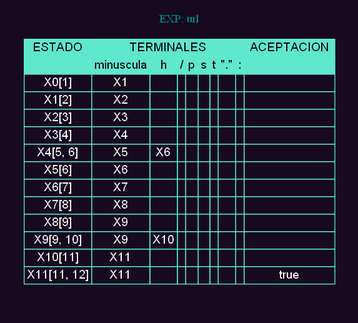
Above: ExRegan1/REPORTES/TRANSICIONES_202100953/Tabla_transiciones_url.png in Damaris-Muralles/OLC_ExRegan (Graphviz), before the change. Its source is kept beside it as ExRegan1/REPORTES/TRANSICIONES_202100953/Tabla_transiciones_url.dot.
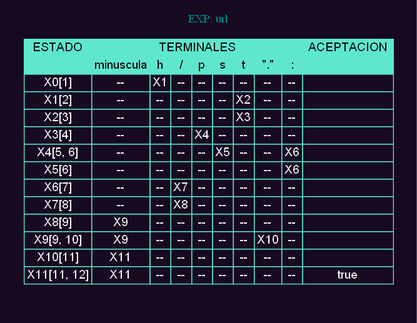
The same file after the commit.

What changed in the source:
```diff
@@ -29,135 +29,135 @@
                     </tr>
 <tr>
                     <td><font color="white" align="center">X0[1]</font></td>
+                    <td align="center"><font color="white"> -- </font></td>
                     <td align="center"><font color="white">X1</font></td>
-                    <td align="center"><font color="white"> </font></td>
-                    <td align="center"><font color="white"> </font></td>
-                    <td align="center"><font color="white"> </font></td>
-                    <td align="center"><font color="white"> </font></td>
-                    <td align="center"><font color="white"> </font></td>
-                    <td align="center"><font color="white"> </font></td>
-                    <td align="center"><font color="white"> </font></td>
+                    <td align="center"><font color="white"> -- </font></td>
+                    <td align="center"><font color="white"> -- </font></td>
+                    <td align="center"><font color="white"> -- </font></td>
+                    <td align="center"><font color="white"> -- </font></td>
+                    <td align="center"><font color="white"> -- </font></td>
+                    <td align="center"><font color="white"> -- </font></td>
                     <td ><font color="white" align="center"> </font></td>
                     </tr><tr>
                     <td><font color="white" align="center">X1[2]</font></td>
+                    <td align="center"><font color="white"> -- </font></td>
+                    <td align="center"><font color="white"> -- </font></td>
+                    <td align="center"><font color="white"> -- </font></td>
+                    <td align="center"><font color="white"> -- </font></td>
+                    <td align="center"><font color="white"> -- </font></td>
                     <td align="center"><font color="white">X2</font></td>
-                    <td align="center"><font color="white"> </font></td>
-                    <td align="center"><font color="white"> </font></td>
-                    <td align="center"><font color="white"> </font></td>
-                    <td align="center"><font color="white"> </font></td>
-                    <td align="center"><font color="white"> </font></td>
-                    <td align="center"><font color="white"> </font></td>
-                    <td align="center"><font color="white"> </font></td>
+                    <td align="center"><font color="white"> -- </font></td>
+                    <td align="center"><font color="white"> -- </font></td>
                     <td ><font color="white" align="center"> </font></td>
                     </tr><tr>
                     <td><font color="white" align="center">X2[3]</font></td>
+                    <td align="center"><font color="white"> -- </font></td>
+                    <td align="center"><font color="white"> -- </font></td>
+                    <td align="center"><font color="white"> -- </font></td>
+                    <td align="center"><font color="white"> -- </font></td>
+                    <td align="center"><font color="white"> -- </font></td>
                     <td align="center"><font color="white">X3</font></td>
-                    <td align="center"><font color="white"> </font></td>
-                    <td align="center"><font color="white"> </font></td>
-                    <td align="center"><font color="white"> </font></td>
-                    <td align="center"><font color="white"> </font></td>
-                    <td align="center"><font color="white"> </font></td>
-                    <td align="center"><font color="white"> </font></td>
-                    <td align="center"><font color="white"> </font></td>
+                    <td align="center"><font color="white"> -- </font></td>
+                    <td align="center"><font color="white"> -- </font></td>
                     <td ><font color="white" align="center"> </font></td>
                     </tr><tr>
                     <td><font color="white" align="center">X3[4]</font></td>
+                    <td align="center"><font color="white"> -- </font></td>
+                    <td align="center"><font color="white"> -- </font></td>
+                    <td align="center"><font color="white"> -- </font></td>
                     <td align="center"><font color="white">X4</font></td>
-                    <td align="center"><font color="white"> </font></td>
-                    <td align="center"><font color="white"> </font></td>
-                    <td align="center"><font color="white"> </font></td>
-                    <td align="center"><font color="white"> </font></td>
-                    <td align="center"><font color="white"> </font></td>
-                    <td align="center"><font color="white"> </font></td>
-                    <td align="center"><font color="white"> </font></td>
+                    <td align="center"><font color="white"> -- </font></td>
+                    <td align="center"><font color="white"> -- </font></td>
+                    <td align="center"><font color="white"> -- </font></td>
+                    <td align="center"><font color="white"> -- </font></td>
                     <td ><font color="white" align="center"> </font></td>
                     </tr><tr>
                     <td><font color="white" align="center">X4[5, 6]</font></td>
+                    <td align="center"><font color="white"> -- </font></td>
+                    <td align="center"><font color="white"> -- </font></td>
+                    <td align="center"><font color="white"> -- </font></td>
+                    <td align="center"><font color="white"> -- </font></td>
                     <td align="center"><font color="white">X5</font></td>
+                    <td align="center"><font color="white"> -- </font></td>
+                    <td align="center"><font color="white"> -- </font></td>
                     <td align="center"><font color="white">X6</font></td>
-                    <td align="center"><font color="white"> </font></td>
-                    <td align="center"><font color="white"> </font></td>
-                    <td align="center"><font color="white"> </font></td>
-                    <td align="center"><font color="white"> </font></td>
-                    <td align="center"><font color="white"> </font></td>
-                    <td align="center"><font color="white"> </font></td>
                     <td ><font color="white" align="center"> </font></td>
                     </tr><tr>
                     <td><font color="white" align="center">X5[6]</font></td>
+                    <td align="center"><font color="white"> -- </font></td>
+                    <td align="center"><font color="white"> -- </font></td>
+                    <td align="center"><font color="white"> -- </font></td>
+                    <td align="center"><font color="white"> -- </font></td>
+                    <td align="center"><font color="white"> -- </font></td>
+                    <td align="center"><font color="white"> -- </font></td>
+                    <td align="center"><font color="white"> -- </font></td>
                     <td align="center"><font color="white">X6</font></td>
-                    <td align="center"><font color="white"> </font></td>
-                    <td align="center"><font color="white"> </font></td>
-                    <td align="center"><font color="white"> </font></td>
-                    <td align="center"><font color="white"> </font></td>
-                    <td align="center"><font color="white"> </font></td>
-                    <td align="center"><font color="white"> </font></td>
-                    <td align="center"><font color="white"> </font></td>
                     <td ><font color="white" align="center"> </font></td>
                     </tr><tr>
                     <td><font color="white" align="center">X6[7]</font></td>
+                    <td align="center"><font color="white"> -- </font></td>
+                    <td align="center"><font color="white"> -- </font></td>
                     <td align="center"><font color="white">X7</font></td>
-                    <td align="center"><font color="white"> </font></td>
-                    <td align="center"><font color="white"> </font></td>
-                    <td align="center"><font color="white"> </font></td>
-                    <td align="center"><font color="white"> </font></td>
-                    <td align="center"><font color="white"> </font></td>
-                    <td align="center"><font color="white"> </font></td>
-                    <td align="center"><font color="white"> </font></td>
+                    <td align="center"><font color="white"> -- </font></td>
+                    <td align="center"><font color="white"> -- </font></td>
+                    <td align="center"><font color="white"> -- </font></td>
+                    <td align="center"><font color="white"> -- </font></td>
+                    <td align="center"><font color="white"> -- </font></td>
                     <td ><font color="white" align="center"> </font></td>
                     </tr><tr>
                     <td><font color="white" align="center">X7[8]</font></td>
+                    <td align="center"><font color="white"> -- </font></td>
+                    <td align="center"><font color="white"> -- </font></td>
                     <td align="center"><font color="white">X8</font></td>
-                    <td align="center"><font color="white"> </font></td>
-                    <td align="center"><font color="white"> </font></td>
-                    <td align="center"><font color="white"> </font></td>
-                    <td align="center"><font color="white"> </font></td>
-                    <td align="center"><font color="white"> </font></td>
-                    <td align="center"><font color="white"> </font></td>
-                    <td align="center"><font color="white"> </font></td>
+                    <td align="center"><font color="white"> -- </font></td>
+                    <td align="center"><font color="white"> -- </font></td>
+                    <td align="center"><font color="white"> -- </font></td>
+                    <td align="center"><font color="white"> -- </font></td>
+                    <td align="center"><font color="white"> -- </font></td>
                     <td ><font color="white" align="center"> </font></td>
                     </tr><tr>
                     <td><font color="white" align="center">X8[9]</font></td>
                     <td align="center"><font color="white">X9</font></td>
-                    <td align="center"><font color="white"> </font></td>
-                    <td align="center"><font color="white"> </font></td>
-                    <td align="center"><font color="white"> </font></td>
-                    <td align="center"><font color="white"> </font></td>
-                    <td align="center"><font color="white"> </font></td>
-                    <td align="center"><font color="white"> </font></td>
-                    <td align="center"><font color="white"> </font></td>
+                    <td align="center"><font color="white"> -- </font></td>
+                    <td align="center"><font color="white"> -- </font></td>
+                    <td align="center"><font color="white"> -- </font></td>
+                    <td align="center"><font color="white"> -- </font></td>
+                    <td align="center"><font color="white"> -- </font></td>
+                    <td align="center"><font color="white"> -- </font></td>
+                    <td align="center"><font color="white"> -- </font></td>
                     <td ><font color="white" align="center"> </font></td>
                     </tr><tr>
                     <td><font color="white" align="center">X9[9, 10]</font></td>
                     <td align="center"><font color="white">X9</font></td>
+                    <td align="center"><font color="white"> -- </font></td>
+                    <td align="center"><font color="white"> -- </font></td>
+                    <td align="center"><font color="white"> -- </font></td>
+                    <td align="center"><font color="white"> -- </font></td>
+                    <td align="center"><font color="white"> -- </font></td>
                     <td align="center"><font color="white">X10</font></td>
-                    <td align="center"><font color="white"> </font></td>
-                    <td align="center"><font color="white"> </font></td>
-                    <td align="center"><font color="white"> </font></td>
-                    <td align="center"><font color="white"> </font></td>
-                    <td align="center"><font color="white"> </font></td>
-                    <td align="center"><font color="white"> </font></td>
+                    <td align="center"><font color="white"> -- </font></td>
                     <td ><font color="white" align="center"> </font></td>
                     </tr><tr>
                     <td><font color="white" align="center">X10[11]</font></td>
                     <td align="center"><font color="white">X11</font></td>
-                    <td align="center"><font color="white"> </font></td>
-                    <td align="center"><font color="white"> </font></td>
-                    <td align="center"><font color="white"> </font></td>
-                    <td align="center"><font color="white"> </font></td>
-                    <td align="center"><font color="white"> </font></td>
-                    <td align="center"><font color="white"> </font></td>
-                    <td align="center"><font color="white"> </font></td>
+                    <td align="center"><font color="white"> -- </font></td>
+                    <td align="center"><font color="white"> -- </font></td>
+                    <td align="center"><font color="white"> -- </font></td>
+                    <td align="center"><font color="white"> -- </font></td>
+                    <td align="center"><font color="white"> -- </font></td>
+                    <td align="center"><font color="white"> -- </font></td>
+                    <td align="center"><font color="white"> -- </font></td>
                     <td ><font color="white" align="center"> </font></td>
                     </tr><tr>
                     <td><font color="white" align="center">X11[11, 12]</font></td>
                     <td align="center"><font color="white">X11</font></td>
-                    <td align="center"><font color="white"> </font></td>
-                    <td align="center"><font color="white"> </font></td>
-                    <td align="center"><font color="white"> </font></td>
-                    <td align="center"><font color="white"> </font></td>
-                    <td align="center"><font color="white"> </font></td>
-                    <td align="center"><font color="white"> </font></td>
-                    <td align="center"><font color="white"> </font></td>
+                    <td align="center"><font color="white"> -- </font></td>
+                    <td align="center"><font color="white"> -- </font></td>
+                    <td align="center"><font color="white"> -- </font></td>
+                    <td align="center"><font color="white"> -- </font></td>
+                    <td align="center"><font color="white"> -- </font></td>
+                    <td align="center"><font color="white"> -- </font></td>
+                    <td align="center"><font color="white"> -- </font></td>
                     <td ><font color="white" align="center">true</font></td>
                     </tr>                </table>
         > ] ;
```
